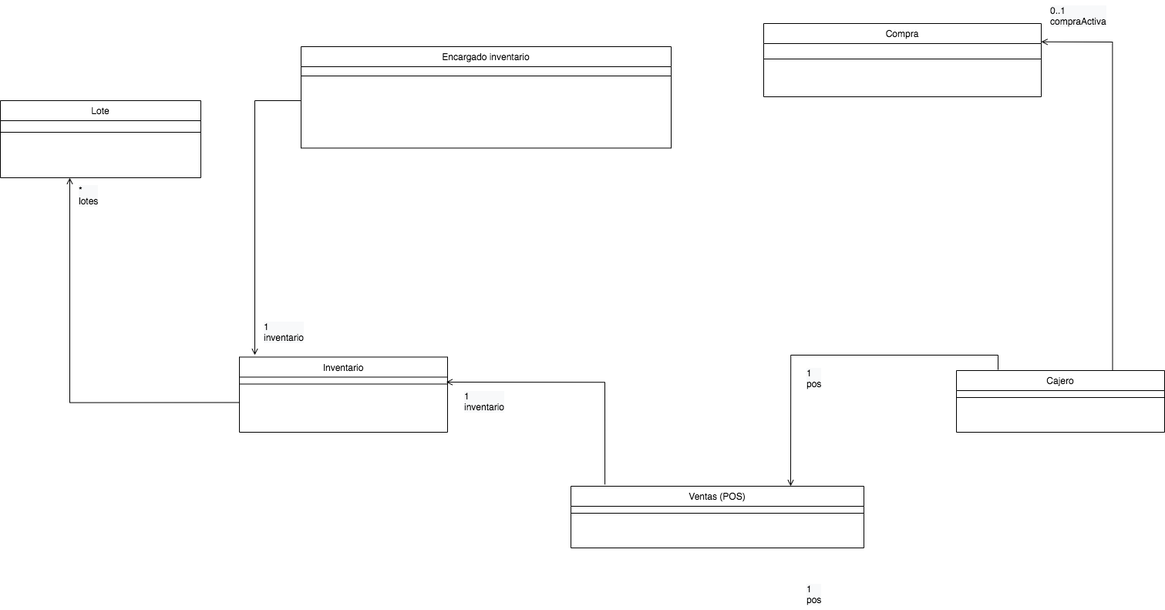
The draw.io diagram docs/Diagrama alto nive logica.png in jjosorioc/Proyecto-DPOO, before a commit. Source tidied: cells renumbered, new cells last; positions are measured from the earlier drawing's top-left corner, leaving out a move shared by most shapes. Its diagram source:
```xml
<mxGraphModel>
  <root>
    <mxCell id="0" />
    <mxCell id="1" parent="0" />
    <mxCell id="2" value="Lote" style="swimlane;fontStyle=0;align=center;verticalAlign=top;horizontal=1;startSize=26;rounded=0;shadow=0;strokeWidth=1;" parent="1" vertex="1">
      <mxGeometry y="130" width="260" height="100" as="geometry" />
    </mxCell>
    <mxCell id="3" style="line;html=1;strokeWidth=1;align=left;verticalAlign=middle;spacingTop=-1;spacingLeft=3;spacingRight=3;labelPosition=right;" parent="2" vertex="1">
      <mxGeometry y="26" width="260" height="30" as="geometry" />
    </mxCell>
    <mxCell id="4" value="Encargado inventario" style="swimlane;fontStyle=0;align=center;verticalAlign=top;horizontal=1;startSize=26;rounded=0;shadow=0;strokeWidth=1;" parent="1" vertex="1">
      <mxGeometry x="390" y="60" width="480" height="131.5" as="geometry" />
    </mxCell>
    <mxCell id="5" style="line;html=1;strokeWidth=1;align=left;verticalAlign=middle;spacingTop=-1;spacingLeft=3;spacingRight=3;labelPosition=right;" parent="4" vertex="1">
      <mxGeometry y="26" width="480" height="24" as="geometry" />
    </mxCell>
    <mxCell id="6" value="Inventario" style="swimlane;fontStyle=0;align=center;verticalAlign=top;horizontal=1;startSize=26;rounded=0;shadow=0;strokeWidth=1;" parent="1" vertex="1">
      <mxGeometry x="310" y="462.5" width="270" height="97.5" as="geometry" />
    </mxCell>
    <mxCell id="7" style="line;html=1;strokeWidth=1;align=left;verticalAlign=middle;spacingTop=-1;spacingLeft=3;spacingRight=3;labelPosition=right;points=[];portConstraint=eastwest;" parent="6" vertex="1">
      <mxGeometry y="26" width="270" height="18" as="geometry" />
    </mxCell>
    <mxCell id="8" value="Ventas (POS)" style="swimlane;fontStyle=0;align=center;verticalAlign=top;horizontal=1;startSize=26;rounded=0;shadow=0;strokeWidth=1;" parent="1" vertex="1">
      <mxGeometry x="740" y="630" width="380" height="80" as="geometry" />
    </mxCell>
    <mxCell id="9" style="line;html=1;strokeWidth=1;align=left;verticalAlign=middle;spacingTop=-1;spacingLeft=3;spacingRight=3;labelPosition=right;" parent="8" vertex="1">
      <mxGeometry y="26" width="380" height="18" as="geometry" />
    </mxCell>
    <mxCell id="10" style="edgeStyle=orthogonalEdgeStyle;rounded=0;jettySize=auto;html=1;exitX=0.75;exitY=0;exitDx=0;exitDy=0;entryX=1;entryY=0.25;entryDx=0;entryDy=0;fontFamily=Helvetica;fontColor=#000000;endArrow=open;endFill=0;" parent="1" edge="1" source="11" target="13">
      <mxGeometry relative="1" as="geometry" />
    </mxCell>
    <mxCell id="11" value="Cajero" style="swimlane;fontStyle=0;align=center;verticalAlign=top;horizontal=1;startSize=26;rounded=0;shadow=0;strokeWidth=1;" parent="1" vertex="1">
      <mxGeometry x="1240" y="480" width="270" height="80" as="geometry" />
    </mxCell>
    <mxCell id="12" style="line;html=1;strokeWidth=1;align=left;verticalAlign=middle;spacingTop=-1;spacingLeft=3;spacingRight=3;labelPosition=right;" parent="11" vertex="1">
      <mxGeometry y="26" width="270" height="18" as="geometry" />
    </mxCell>
    <mxCell id="13" value="Compra" style="swimlane;fontStyle=0;align=center;verticalAlign=top;horizontal=1;startSize=26;rounded=0;shadow=0;strokeWidth=1;" parent="1" vertex="1">
      <mxGeometry x="990" y="30" width="360" height="95" as="geometry" />
    </mxCell>
    <mxCell id="14" style="line;html=1;strokeWidth=1;align=left;verticalAlign=middle;spacingTop=-1;spacingLeft=3;spacingRight=3;labelPosition=right;" parent="13" vertex="1">
      <mxGeometry y="26" width="360" height="40" as="geometry" />
    </mxCell>
    <mxCell id="15" style="edgeStyle=orthogonalEdgeStyle;rounded=0;orthogonalLoop=1;jettySize=auto;html=1;endArrow=open;endFill=0;" parent="1" edge="1">
      <mxGeometry relative="1" as="geometry">
        <mxPoint x="310" y="521.5" as="sourcePoint" />
        <mxPoint x="90" y="230" as="targetPoint" />
      </mxGeometry>
    </mxCell>
    <mxCell id="16" value="&lt;div style=&quot;color: rgb(0 , 0 , 0) ; font-family: &amp;#34;helvetica&amp;#34; ; font-size: 12px ; font-style: normal ; font-weight: 400 ; letter-spacing: normal ; text-align: left ; text-indent: 0px ; text-transform: none ; word-spacing: 0px ; background-color: rgb(248 , 249 , 250)&quot;&gt;&lt;div&gt;1&lt;/div&gt;&lt;div&gt;pos&lt;/div&gt;&lt;/div&gt;" style="text;whiteSpace=wrap;html=1;fontFamily=Helvetica;fontColor=#000000;" parent="1" vertex="1">
      <mxGeometry x="1044" y="750" width="100" height="40" as="geometry" />
    </mxCell>
    <mxCell id="17" value="&lt;div style=&quot;color: rgb(0 , 0 , 0) ; font-family: &amp;#34;helvetica&amp;#34; ; font-size: 12px ; font-style: normal ; font-weight: 400 ; letter-spacing: normal ; text-align: left ; text-indent: 0px ; text-transform: none ; word-spacing: 0px ; background-color: rgb(248 , 249 , 250)&quot;&gt;&lt;div&gt;0..1&lt;/div&gt;&lt;div&gt;compraActiva&lt;/div&gt;&lt;/div&gt;" style="text;whiteSpace=wrap;html=1;fontFamily=Helvetica;fontColor=#000000;" parent="1" vertex="1">
      <mxGeometry x="1360" width="100" height="40" as="geometry" />
    </mxCell>
    <mxCell id="18" style="edgeStyle=orthogonalEdgeStyle;rounded=0;jettySize=auto;html=1;entryX=0.75;entryY=0;entryDx=0;entryDy=0;fontFamily=Helvetica;fontColor=#000000;endArrow=open;endFill=0;exitX=0.2;exitY=-0.012;exitDx=0;exitDy=0;exitPerimeter=0;" parent="1" edge="1" source="11" target="8">
      <mxGeometry relative="1" as="geometry" />
    </mxCell>
    <mxCell id="19" value="&lt;div style=&quot;color: rgb(0 , 0 , 0) ; font-family: &amp;#34;helvetica&amp;#34; ; font-size: 12px ; font-style: normal ; font-weight: 400 ; letter-spacing: normal ; text-align: left ; text-indent: 0px ; text-transform: none ; word-spacing: 0px ; background-color: rgb(248 , 249 , 250)&quot;&gt;&lt;div&gt;1&lt;/div&gt;&lt;div&gt;pos&lt;/div&gt;&lt;/div&gt;" style="text;whiteSpace=wrap;html=1;fontFamily=Helvetica;fontColor=#000000;" parent="1" vertex="1">
      <mxGeometry x="1044" y="470" width="100" height="40" as="geometry" />
    </mxCell>
    <mxCell id="20" style="edgeStyle=orthogonalEdgeStyle;rounded=0;jettySize=auto;html=1;entryX=0.993;entryY=0.361;entryDx=0;entryDy=0;entryPerimeter=0;fontFamily=Helvetica;fontColor=#000000;endArrow=open;endFill=0;exitX=0.116;exitY=-0.027;exitDx=0;exitDy=0;exitPerimeter=0;" parent="1" edge="1" source="8" target="7">
      <mxGeometry relative="1" as="geometry" />
    </mxCell>
    <mxCell id="21" value="&lt;div style=&quot;color: rgb(0 , 0 , 0) ; font-family: &amp;#34;helvetica&amp;#34; ; font-size: 12px ; font-style: normal ; font-weight: 400 ; letter-spacing: normal ; text-align: left ; text-indent: 0px ; text-transform: none ; word-spacing: 0px ; background-color: rgb(248 , 249 , 250)&quot;&gt;&lt;div&gt;1&lt;/div&gt;&lt;div&gt;inventario&lt;/div&gt;&lt;/div&gt;" style="text;whiteSpace=wrap;html=1;fontFamily=Helvetica;fontColor=#000000;" parent="1" vertex="1">
      <mxGeometry x="600" y="500" width="100" height="40" as="geometry" />
    </mxCell>
    <mxCell id="22" value="&lt;div style=&quot;color: rgb(0 , 0 , 0) ; font-family: &amp;#34;helvetica&amp;#34; ; font-size: 12px ; font-style: normal ; font-weight: 400 ; letter-spacing: normal ; text-align: left ; text-indent: 0px ; text-transform: none ; word-spacing: 0px ; background-color: rgb(248 , 249 , 250)&quot;&gt;&lt;div&gt;*&lt;/div&gt;&lt;div&gt;lotes&lt;/div&gt;&lt;/div&gt;" style="text;whiteSpace=wrap;html=1;fontFamily=Helvetica;fontColor=#000000;" parent="1" vertex="1">
      <mxGeometry x="100" y="233" width="100" height="40" as="geometry" />
    </mxCell>
    <mxCell id="23" style="edgeStyle=orthogonalEdgeStyle;rounded=0;orthogonalLoop=1;jettySize=auto;html=1;fontFamily=Helvetica;fontColor=#000000;endArrow=open;endFill=0;" parent="1" edge="1">
      <mxGeometry relative="1" as="geometry">
        <mxPoint x="390" y="130" as="sourcePoint" />
        <mxPoint x="330" y="460" as="targetPoint" />
      </mxGeometry>
    </mxCell>
    <mxCell id="24" value="&lt;div style=&quot;color: rgb(0 , 0 , 0) ; font-family: &amp;#34;helvetica&amp;#34; ; font-size: 12px ; font-style: normal ; font-weight: 400 ; letter-spacing: normal ; text-align: left ; text-indent: 0px ; text-transform: none ; word-spacing: 0px ; background-color: rgb(248 , 249 , 250)&quot;&gt;&lt;div&gt;1&lt;/div&gt;&lt;div&gt;inventario&lt;/div&gt;&lt;/div&gt;" style="text;whiteSpace=wrap;html=1;fontFamily=Helvetica;fontColor=#000000;" parent="1" vertex="1">
      <mxGeometry x="340" y="410" width="100" height="40" as="geometry" />
    </mxCell>
  </root>
</mxGraphModel>
```
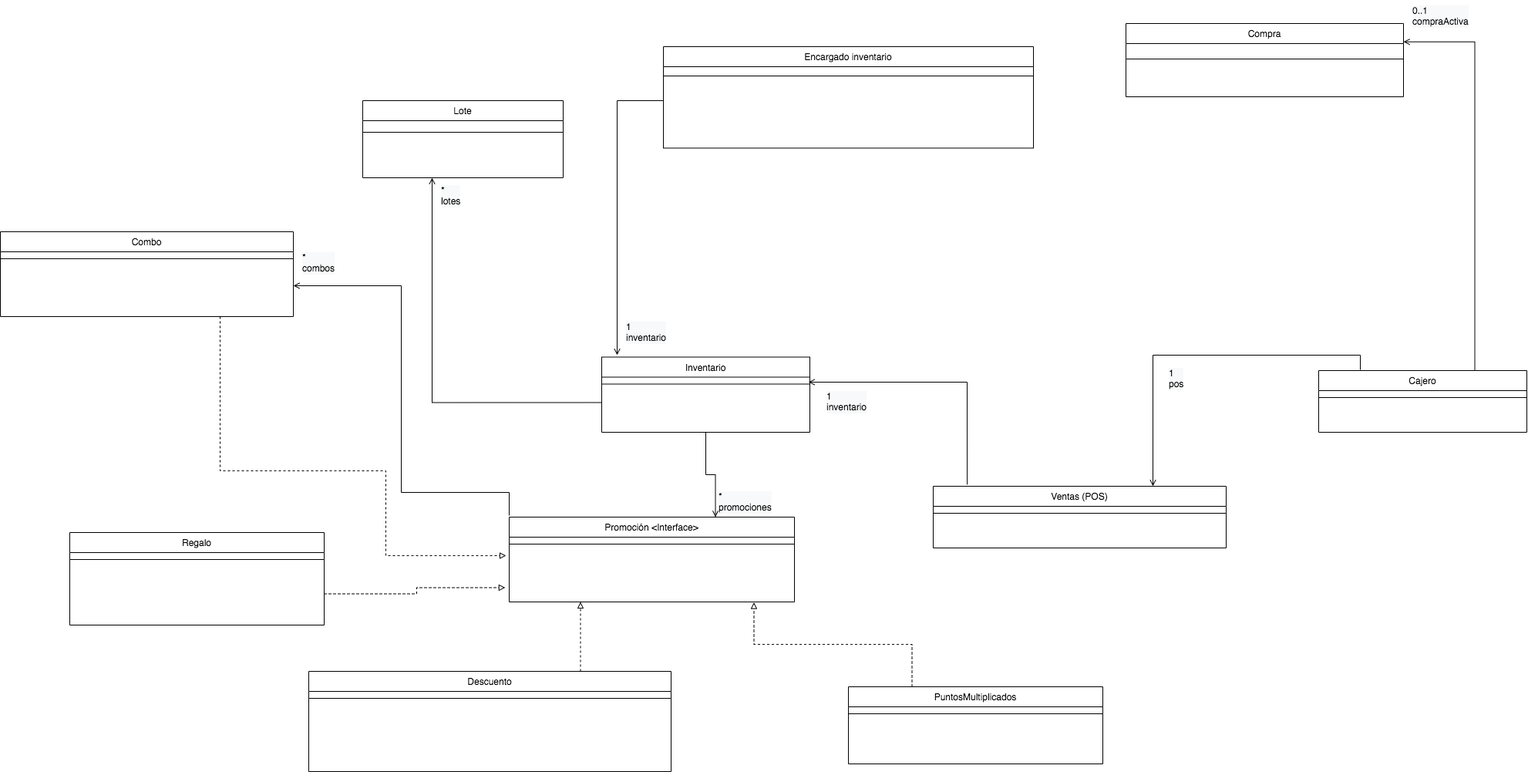
Later version of the same file.

Diff of the diagram source:
```diff
@@ -47,9 +47,6 @@
         <mxPoint x="90" y="230" as="targetPoint" />
       </mxGeometry>
     </mxCell>
-    <mxCell id="16" value="&lt;div style=&quot;color: rgb(0 , 0 , 0) ; font-family: &amp;#34;helvetica&amp;#34; ; font-size: 12px ; font-style: normal ; font-weight: 400 ; letter-spacing: normal ; text-align: left ; text-indent: 0px ; text-transform: none ; word-spacing: 0px ; background-color: rgb(248 , 249 , 250)&quot;&gt;&lt;div&gt;1&lt;/div&gt;&lt;div&gt;pos&lt;/div&gt;&lt;/div&gt;" style="text;whiteSpace=wrap;html=1;fontFamily=Helvetica;fontColor=#000000;" parent="1" vertex="1">
-      <mxGeometry x="1044" y="750" width="100" height="40" as="geometry" />
-    </mxCell>
     <mxCell id="17" value="&lt;div style=&quot;color: rgb(0 , 0 , 0) ; font-family: &amp;#34;helvetica&amp;#34; ; font-size: 12px ; font-style: normal ; font-weight: 400 ; letter-spacing: normal ; text-align: left ; text-indent: 0px ; text-transform: none ; word-spacing: 0px ; background-color: rgb(248 , 249 , 250)&quot;&gt;&lt;div&gt;0..1&lt;/div&gt;&lt;div&gt;compraActiva&lt;/div&gt;&lt;/div&gt;" style="text;whiteSpace=wrap;html=1;fontFamily=Helvetica;fontColor=#000000;" parent="1" vertex="1">
       <mxGeometry x="1360" width="100" height="40" as="geometry" />
     </mxCell>
@@ -77,5 +74,81 @@
     <mxCell id="24" value="&lt;div style=&quot;color: rgb(0 , 0 , 0) ; font-family: &amp;#34;helvetica&amp;#34; ; font-size: 12px ; font-style: normal ; font-weight: 400 ; letter-spacing: normal ; text-align: left ; text-indent: 0px ; text-transform: none ; word-spacing: 0px ; background-color: rgb(248 , 249 , 250)&quot;&gt;&lt;div&gt;1&lt;/div&gt;&lt;div&gt;inventario&lt;/div&gt;&lt;/div&gt;" style="text;whiteSpace=wrap;html=1;fontFamily=Helvetica;fontColor=#000000;" parent="1" vertex="1">
       <mxGeometry x="340" y="410" width="100" height="40" as="geometry" />
     </mxCell>
+    <mxCell id="25" value="Promoción &lt;Interface&gt;" style="swimlane;fontStyle=0;align=center;verticalAlign=top;horizontal=1;startSize=26;rounded=0;shadow=0;strokeWidth=1;" parent="1" vertex="1">
+      <mxGeometry x="190" y="670" width="370" height="110" as="geometry" />
+    </mxCell>
+    <mxCell id="26" style="line;html=1;strokeWidth=1;align=left;verticalAlign=middle;spacingTop=-1;spacingLeft=3;spacingRight=3;labelPosition=right;" parent="25" vertex="1">
+      <mxGeometry y="26" width="370" height="18" as="geometry" />
+    </mxCell>
+    <mxCell id="27" value="&lt;p class=&quot;p1&quot; style=&quot;margin: 0px ; font-stretch: normal ; line-height: normal&quot;&gt;&lt;br&gt;&lt;/p&gt;" style="text;whiteSpace=wrap;html=1;" parent="25" vertex="1">
+      <mxGeometry y="44" width="370" height="66" as="geometry" />
+    </mxCell>
+    <mxCell id="28" value="Combo" style="swimlane;fontStyle=0;align=center;verticalAlign=top;horizontal=1;startSize=26;rounded=0;shadow=0;strokeWidth=1;" parent="1" vertex="1">
+      <mxGeometry x="-470" y="300" width="380" height="110" as="geometry" />
+    </mxCell>
+    <mxCell id="29" style="line;html=1;strokeWidth=1;align=left;verticalAlign=middle;spacingTop=-1;spacingLeft=3;spacingRight=3;labelPosition=right;" parent="28" vertex="1">
+      <mxGeometry y="26" width="380" height="18" as="geometry" />
+    </mxCell>
+    <mxCell id="30" value="PuntosMultiplicados" style="swimlane;fontStyle=0;align=center;verticalAlign=top;horizontal=1;startSize=26;rounded=0;shadow=0;strokeWidth=1;" parent="1" vertex="1">
+      <mxGeometry x="630" y="890" width="330" height="100" as="geometry" />
+    </mxCell>
+    <mxCell id="31" style="line;html=1;strokeWidth=1;align=left;verticalAlign=middle;spacingTop=-1;spacingLeft=3;spacingRight=3;labelPosition=right;" parent="30" vertex="1">
+      <mxGeometry y="26" width="330" height="18" as="geometry" />
+    </mxCell>
+    <mxCell id="32" value="Regalo" style="swimlane;fontStyle=0;align=center;verticalAlign=top;horizontal=1;startSize=26;rounded=0;shadow=0;strokeWidth=1;" parent="1" vertex="1">
+      <mxGeometry x="-380" y="690" width="330" height="120" as="geometry" />
+    </mxCell>
+    <mxCell id="33" style="line;html=1;strokeWidth=1;align=left;verticalAlign=middle;spacingTop=-1;spacingLeft=3;spacingRight=3;labelPosition=right;" parent="32" vertex="1">
+      <mxGeometry y="26" width="330" height="18" as="geometry" />
+    </mxCell>
+    <mxCell id="34" style="edgeStyle=orthogonalEdgeStyle;rounded=0;jettySize=auto;html=1;exitX=0.75;exitY=0;exitDx=0;exitDy=0;dashed=1;fontFamily=Helvetica;fontColor=#000000;endArrow=block;endFill=0;entryX=0.25;entryY=1;entryDx=0;entryDy=0;" parent="1" edge="1" source="35" target="27">
+      <mxGeometry relative="1" as="geometry" />
+    </mxCell>
+    <mxCell id="35" value="Descuento" style="swimlane;fontStyle=0;align=center;verticalAlign=top;horizontal=1;startSize=26;rounded=0;shadow=0;strokeWidth=1;" parent="1" vertex="1">
+      <mxGeometry x="-70" y="870" width="470" height="130" as="geometry" />
+    </mxCell>
+    <mxCell id="36" style="line;html=1;strokeWidth=1;align=left;verticalAlign=middle;spacingTop=-1;spacingLeft=3;spacingRight=3;labelPosition=right;" parent="35" vertex="1">
+      <mxGeometry y="26" width="470" height="18" as="geometry" />
+    </mxCell>
+    <mxCell id="37" style="edgeStyle=orthogonalEdgeStyle;rounded=0;jettySize=auto;html=1;fontFamily=Helvetica;fontColor=#000000;dashed=1;endArrow=block;endFill=0;exitX=0.75;exitY=1;exitDx=0;exitDy=0;" parent="1" edge="1" source="28">
+      <mxGeometry relative="1" as="geometry">
+        <mxPoint x="186" y="720" as="targetPoint" />
+        <Array as="points">
+          <mxPoint x="-185" y="610" />
+          <mxPoint x="30" y="610" />
+          <mxPoint x="30" y="720" />
+          <mxPoint x="186" y="720" />
+        </Array>
+      </mxGeometry>
+    </mxCell>
+    <mxCell id="38" style="edgeStyle=orthogonalEdgeStyle;rounded=0;jettySize=auto;html=1;exitX=1;exitY=0.25;exitDx=0;exitDy=0;entryX=-0.014;entryY=0.719;entryDx=0;entryDy=0;entryPerimeter=0;dashed=1;fontFamily=Helvetica;fontColor=#000000;endArrow=block;endFill=0;" parent="1" edge="1" target="27">
+      <mxGeometry relative="1" as="geometry">
+        <mxPoint x="-50" y="769.5" as="sourcePoint" />
+      </mxGeometry>
+    </mxCell>
+    <mxCell id="39" style="edgeStyle=orthogonalEdgeStyle;rounded=0;jettySize=auto;html=1;entryX=0.858;entryY=1.009;entryDx=0;entryDy=0;entryPerimeter=0;dashed=1;fontFamily=Helvetica;fontColor=#000000;endArrow=block;endFill=0;exitX=0.25;exitY=0;exitDx=0;exitDy=0;" parent="1" edge="1" source="30" target="27">
+      <mxGeometry relative="1" as="geometry" />
+    </mxCell>
+    <mxCell id="40" style="edgeStyle=orthogonalEdgeStyle;rounded=0;orthogonalLoop=1;jettySize=auto;html=1;fontFamily=Helvetica;fontColor=#000000;endArrow=open;endFill=0;exitX=0;exitY=0;exitDx=0;exitDy=0;" parent="1" edge="1">
+      <mxGeometry relative="1" as="geometry">
+        <mxPoint x="190" y="668" as="sourcePoint" />
+        <mxPoint x="-90" y="370" as="targetPoint" />
+        <Array as="points">
+          <mxPoint x="190" y="638" />
+          <mxPoint x="50" y="638" />
+          <mxPoint x="50" y="370" />
+          <mxPoint x="-90" y="370" />
+        </Array>
+      </mxGeometry>
+    </mxCell>
+    <mxCell id="41" value="&lt;div style=&quot;color: rgb(0 , 0 , 0) ; font-family: &amp;#34;helvetica&amp;#34; ; font-size: 12px ; font-style: normal ; font-weight: 400 ; letter-spacing: normal ; text-align: left ; text-indent: 0px ; text-transform: none ; word-spacing: 0px ; background-color: rgb(248 , 249 , 250)&quot;&gt;&lt;div&gt;*&lt;/div&gt;&lt;div&gt;combos&lt;/div&gt;&lt;/div&gt;" style="text;whiteSpace=wrap;html=1;fontFamily=Helvetica;fontColor=#000000;" parent="1" vertex="1">
+      <mxGeometry x="-80" y="320" width="100" height="40" as="geometry" />
+    </mxCell>
+    <mxCell id="42" style="edgeStyle=orthogonalEdgeStyle;rounded=0;jettySize=auto;html=1;exitX=0.5;exitY=1;exitDx=0;exitDy=0;entryX=0.723;entryY=0;entryDx=0;entryDy=0;entryPerimeter=0;fontFamily=Helvetica;fontColor=#000000;endArrow=open;endFill=0;" parent="1" edge="1" source="6" target="25">
+      <mxGeometry relative="1" as="geometry" />
+    </mxCell>
+    <mxCell id="43" value="&lt;div style=&quot;color: rgb(0 , 0 , 0) ; font-family: &amp;#34;helvetica&amp;#34; ; font-size: 12px ; font-style: normal ; font-weight: 400 ; letter-spacing: normal ; text-align: left ; text-indent: 0px ; text-transform: none ; word-spacing: 0px ; background-color: rgb(248 , 249 , 250)&quot;&gt;&lt;div&gt;*&lt;/div&gt;&lt;div&gt;promociones&lt;/div&gt;&lt;/div&gt;" style="text;whiteSpace=wrap;html=1;fontFamily=Helvetica;fontColor=#000000;" parent="1" vertex="1">
+      <mxGeometry x="460" y="630" width="100" height="40" as="geometry" />
+    </mxCell>
   </root>
 </mxGraphModel>
```
